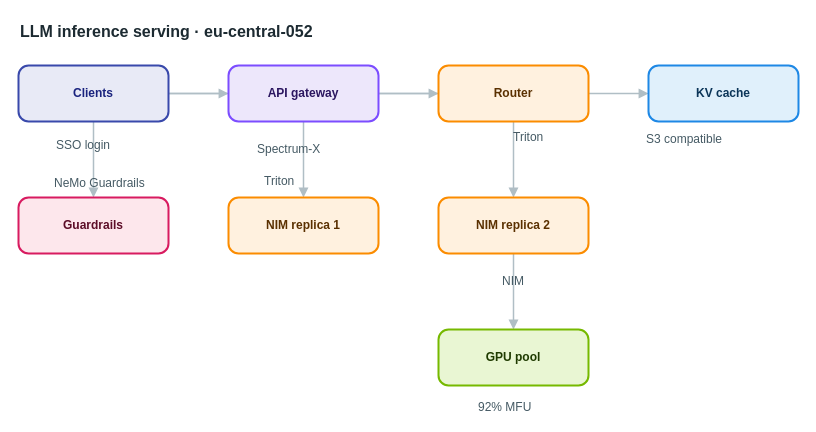
Before: apps/web/public/samples/library/052-llm-inference-serving.drawio in AryanG01/open-apprentice, a draw.io diagram. Source tidied: cells renumbered, new cells numbered last; positions are measured from the earlier drawing's top-left corner, leaving out a move shared by most shapes. Both pictures are drawn from the tidied source at 100%, with x=0, y=0 at pixel (18, 17).
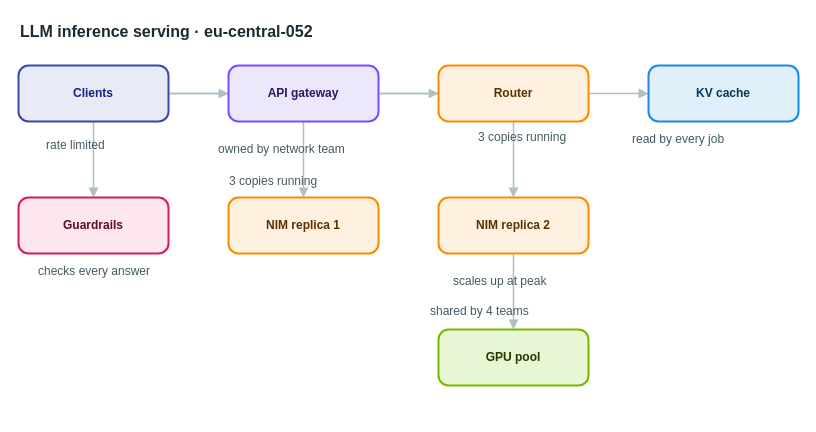
The same page after the edit.

What changed in the source:
```diff
@@
-    <mxCell id="18" value="SSO login" style="text;html=1;align=left;verticalAlign=top;whiteSpace=nowrap;spacing=0;spacingTop=0;strokeColor=none;fillColor=none;fontSize=12;fontColor=#455a64;" parent="1" vertex="1">
-      <mxGeometry x="38" y="116" width="75" height="20" as="geometry" />
+    <mxCell id="18" value="rate limited" style="text;html=1;align=left;verticalAlign=top;whiteSpace=nowrap;spacing=0;spacingTop=0;strokeColor=none;fillColor=none;fontSize=12;fontColor=#455a64;" parent="1" vertex="1">
+      <mxGeometry x="28" y="116" width="96" height="20" as="geometry" />
     </mxCell>
-    <mxCell id="19" value="Spectrum-X" style="text;html=1;align=left;verticalAlign=top;whiteSpace=nowrap;spacing=0;spacingTop=0;strokeColor=none;fillColor=none;fontSize=12;fontColor=#455a64;" parent="1" vertex="1">
-      <mxGeometry x="239" y="120" width="82" height="20" as="geometry" />
+    <mxCell id="19" value="owned by network team" style="text;html=1;align=left;verticalAlign=top;whiteSpace=nowrap;spacing=0;spacingTop=0;strokeColor=none;fillColor=none;fontSize=12;fontColor=#455a64;" parent="1" vertex="1">
+      <mxGeometry x="200" y="120" width="159" height="20" as="geometry" />
     </mxCell>
-    <mxCell id="20" value="Triton" style="text;html=1;align=left;verticalAlign=top;whiteSpace=nowrap;spacing=0;spacingTop=0;strokeColor=none;fillColor=none;fontSize=12;fontColor=#455a64;" parent="1" vertex="1">
-      <mxGeometry x="495" y="108" width="54" height="20" as="geometry" />
+    <mxCell id="20" value="3 copies running" style="text;html=1;align=left;verticalAlign=top;whiteSpace=nowrap;spacing=0;spacingTop=0;strokeColor=none;fillColor=none;fontSize=12;fontColor=#455a64;" parent="1" vertex="1">
+      <mxGeometry x="460" y="108" width="124" height="20" as="geometry" />
     </mxCell>
-    <mxCell id="21" value="Triton" style="text;html=1;align=left;verticalAlign=top;whiteSpace=nowrap;spacing=0;spacingTop=0;strokeColor=none;fillColor=none;fontSize=12;fontColor=#455a64;" parent="1" vertex="1">
-      <mxGeometry x="246" y="152" width="54" height="20" as="geometry" />
+    <mxCell id="21" value="3 copies running" style="text;html=1;align=left;verticalAlign=top;whiteSpace=nowrap;spacing=0;spacingTop=0;strokeColor=none;fillColor=none;fontSize=12;fontColor=#455a64;" parent="1" vertex="1">
+      <mxGeometry x="211" y="152" width="124" height="20" as="geometry" />
     </mxCell>
-    <mxCell id="22" value="NIM" style="text;html=1;align=left;verticalAlign=top;whiteSpace=nowrap;spacing=0;spacingTop=0;strokeColor=none;fillColor=none;fontSize=12;fontColor=#455a64;" parent="1" vertex="1">
-      <mxGeometry x="484" y="252" width="33" height="20" as="geometry" />
+    <mxCell id="22" value="scales up at peak" style="text;html=1;align=left;verticalAlign=top;whiteSpace=nowrap;spacing=0;spacingTop=0;strokeColor=none;fillColor=none;fontSize=12;fontColor=#455a64;" parent="1" vertex="1">
+      <mxGeometry x="435" y="252" width="131" height="20" as="geometry" />
     </mxCell>
-    <mxCell id="23" value="S3 compatible" style="text;html=1;align=left;verticalAlign=top;whiteSpace=nowrap;spacing=0;spacingTop=0;strokeColor=none;fillColor=none;fontSize=12;fontColor=#455a64;" parent="1" vertex="1">
-      <mxGeometry x="628" y="110" width="103" height="20" as="geometry" />
+    <mxCell id="23" value="read by every job" style="text;html=1;align=left;verticalAlign=top;whiteSpace=nowrap;spacing=0;spacingTop=0;strokeColor=none;fillColor=none;fontSize=12;fontColor=#455a64;" parent="1" vertex="1">
+      <mxGeometry x="614" y="110" width="131" height="20" as="geometry" />
     </mxCell>
-    <mxCell id="24" value="92% MFU" style="text;html=1;align=left;verticalAlign=top;whiteSpace=nowrap;spacing=0;spacingTop=0;strokeColor=none;fillColor=none;fontSize=12;fontColor=#455a64;" parent="1" vertex="1">
-      <mxGeometry x="460" y="378" width="61" height="20" as="geometry" />
+    <mxCell id="24" value="shared by 4 teams" style="text;html=1;align=left;verticalAlign=top;whiteSpace=nowrap;spacing=0;spacingTop=0;strokeColor=none;fillColor=none;fontSize=12;fontColor=#455a64;" parent="1" vertex="1">
+      <mxGeometry x="412" y="282" width="131" height="20" as="geometry" />
     </mxCell>
-    <mxCell id="25" value="NeMo Guardrails" style="text;html=1;align=left;verticalAlign=top;whiteSpace=nowrap;spacing=0;spacingTop=0;strokeColor=none;fillColor=none;fontSize=12;fontColor=#455a64;" parent="1" vertex="1">
-      <mxGeometry x="36" y="154" width="117" height="20" as="geometry" />
+    <mxCell id="25" value="checks every answer" style="text;html=1;align=left;verticalAlign=top;whiteSpace=nowrap;spacing=0;spacingTop=0;strokeColor=none;fillColor=none;fontSize=12;fontColor=#455a64;" parent="1" vertex="1">
+      <mxGeometry x="20" y="242" width="145" height="20" as="geometry" />
     </mxCell>
```
